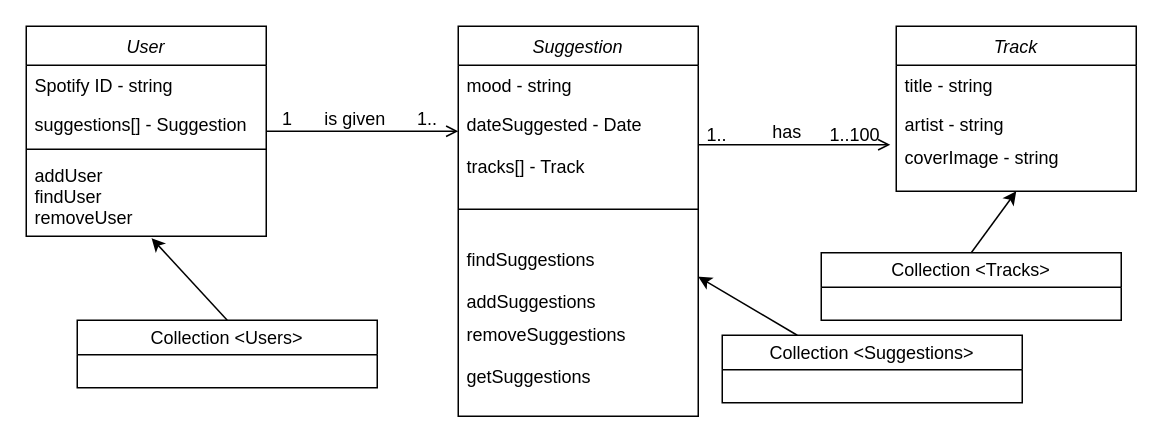
ellalyam/404Found...ers keeps this draw.io diagram as UML.drawio. Above is the earlier version. Source tidied: cells renumbered, new cells numbered last; positions are measured from the earlier drawing's top-left corner, leaving out a move shared by most shapes. Both pictures are drawn from the tidied source at 150%, with x=0, y=0 at pixel (26, 26).
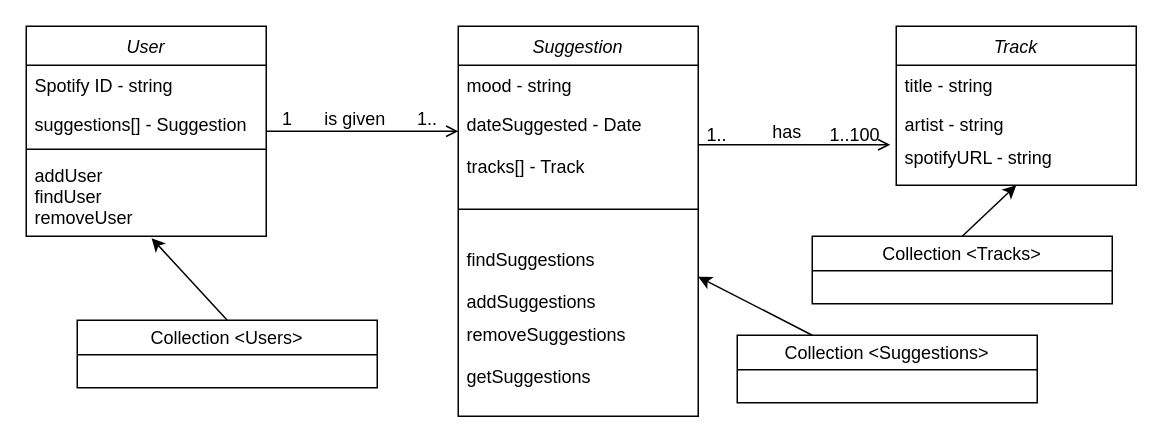
After the change.

Commit message:
Updated UML diagram

The edit, as a diff of the source:
```diff
@@
     <mxCell id="17" value="Track" style="swimlane;fontStyle=2;align=center;verticalAlign=top;horizontal=1;startSize=26;rounded=0;shadow=0;strokeWidth=1;" parent="1" vertex="1">
-      <mxGeometry x="580" width="160" height="110" as="geometry" />
+      <mxGeometry x="580" width="160" height="106" as="geometry" />
     </mxCell>
@@
-    <mxCell id="20" value="coverImage - string" style="text;align=left;verticalAlign=top;spacingLeft=4;spacingRight=4;overflow=hidden;rounded=0;shadow=0;html=0;" parent="17" vertex="1">
-      <mxGeometry y="74" width="160" height="30" as="geometry" />
-    </mxCell>
+    <mxCell id="35" value="spotifyURL - string" style="text;align=left;verticalAlign=top;spacingLeft=4;spacingRight=4;overflow=hidden;rounded=0;shadow=0;html=0;" parent="17" vertex="1">
+      <mxGeometry y="74" width="160" height="30" as="geometry" />
+    </mxCell>
@@
     <mxCell id="31" value="&lt;span style=&quot;font-weight: normal;&quot;&gt;Collection &amp;lt;Suggestions&amp;gt;&lt;/span&gt;" style="swimlane;whiteSpace=wrap;html=1;" parent="1" vertex="1">
-      <mxGeometry x="464" y="206" width="200" height="45" as="geometry" />
+      <mxGeometry x="474" y="206" width="200" height="45" as="geometry" />
     </mxCell>
     <mxCell id="32" value="&lt;span style=&quot;font-weight: normal;&quot;&gt;Collection &amp;lt;Tracks&amp;gt;&lt;/span&gt;" style="swimlane;whiteSpace=wrap;html=1;" parent="1" vertex="1">
-      <mxGeometry x="530" y="151" width="200" height="45" as="geometry" />
+      <mxGeometry x="524" y="140" width="200" height="45" as="geometry" />
     </mxCell>
```
